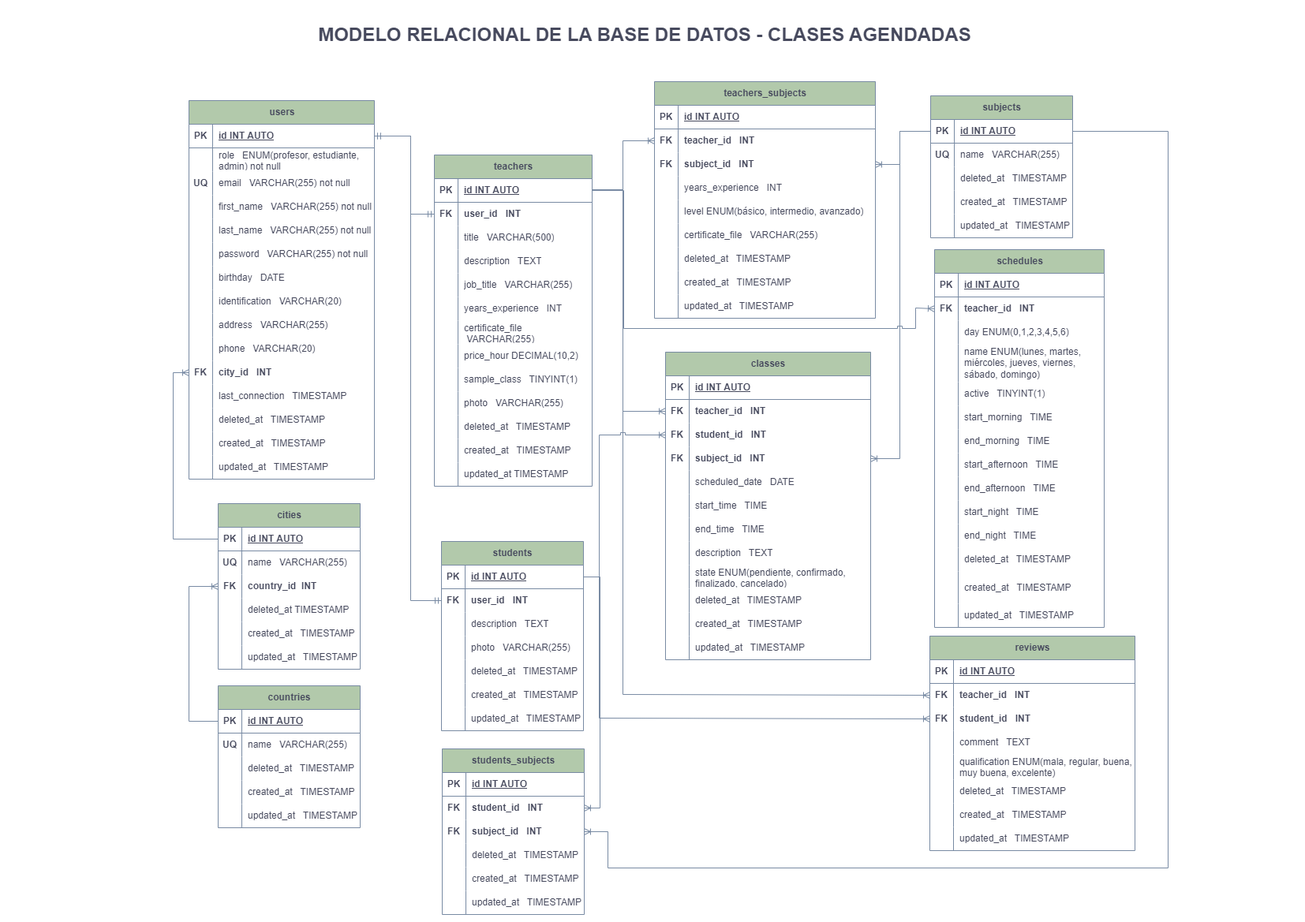
The draw.io diagram database/Clases_ModeloE_R.png in No-Country/c11-08-m-php-angular, before a commit. Source tidied: cells renumbered, new cells last; positions are measured from the earlier drawing's top-left corner, leaving out a move shared by most shapes.
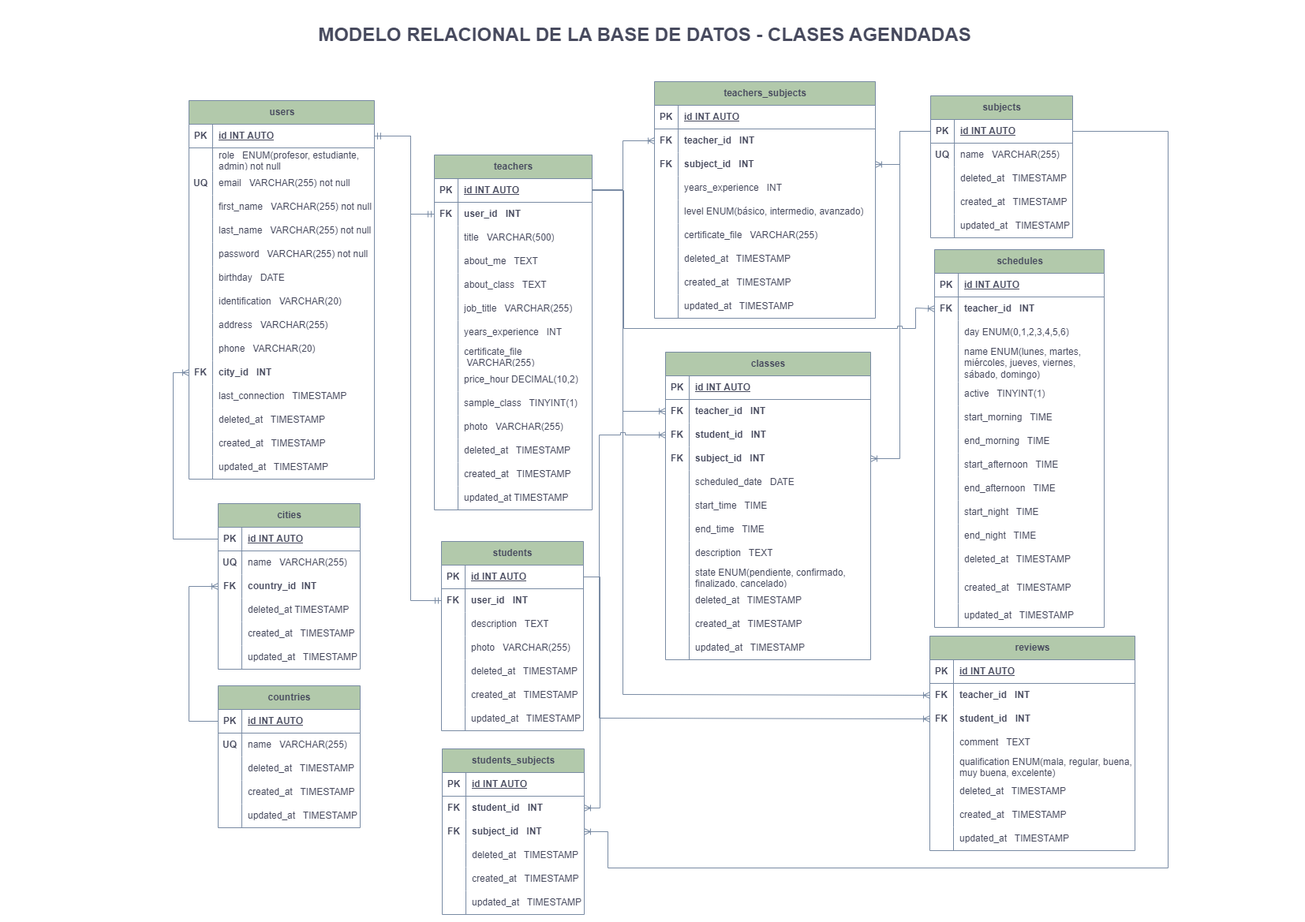
The same file after the commit.

Change to the diagram source:
```diff
@@ -141,7 +141,7 @@
       <mxGeometry x="30" width="205" height="30" as="geometry" />
     </mxCell>
     <mxCell id="48" value="teachers" style="shape=table;startSize=30;rowLines=0;fontStyle=1;align=center;html=1;rounded=0;labelBackgroundColor=none;fillColor=#B2C9AB;strokeColor=#788AA3;fontColor=#46495D;" parent="1" vertex="1">
-      <mxGeometry x="331" y="167" width="200" height="420" as="geometry" />
+      <mxGeometry x="331" y="167" width="200" height="450" as="geometry" />
     </mxCell>
     <mxCell id="49" style="shape=tableRow;horizontal=0;startSize=0;swimlaneHead=0;swimlaneBody=0;fillColor=none;points=[[0,0.5],[1,0.5]];portConstraint=eastwest;top=0;left=0;right=0;bottom=1;rounded=0;labelBackgroundColor=none;strokeColor=#788AA3;fontColor=#46495D;" parent="48" vertex="1">
       <mxGeometry y="30" width="200" height="30" as="geometry" />
@@ -176,11 +176,20 @@
     <mxCell id="59" style="shape=partialRectangle;fillColor=none;top=0;left=0;bottom=0;right=0;overflow=hidden;whiteSpace=wrap;html=1;rounded=0;labelBackgroundColor=none;strokeColor=#788AA3;fontColor=#46495D;" parent="58" vertex="1">
       <mxGeometry width="30" height="30" as="geometry" />
     </mxCell>
-    <mxCell id="60" value="description&amp;nbsp; &amp;nbsp;TEXT" style="shape=partialRectangle;fillColor=none;top=0;left=0;bottom=0;right=0;align=left;spacingLeft=6;overflow=hidden;whiteSpace=wrap;html=1;rounded=0;labelBackgroundColor=none;strokeColor=#788AA3;fontColor=#46495D;" parent="58" vertex="1">
+    <mxCell id="60" value="about_me&amp;nbsp; &amp;nbsp;TEXT" style="shape=partialRectangle;fillColor=none;top=0;left=0;bottom=0;right=0;align=left;spacingLeft=6;overflow=hidden;whiteSpace=wrap;html=1;rounded=0;labelBackgroundColor=none;strokeColor=#788AA3;fontColor=#46495D;" parent="58" vertex="1">
       <mxGeometry x="30" width="170" height="30" as="geometry" />
     </mxCell>
+    <mxCell id="328" style="shape=tableRow;horizontal=0;startSize=0;swimlaneHead=0;swimlaneBody=0;fillColor=none;top=0;left=0;right=0;bottom=0;rounded=0;labelBackgroundColor=none;strokeColor=#788AA3;fontColor=#46495D;" parent="48" vertex="1">
+      <mxGeometry y="150" width="200" height="30" as="geometry" />
+    </mxCell>
+    <mxCell id="329" style="shape=partialRectangle;fillColor=none;top=0;left=0;bottom=0;right=0;overflow=hidden;whiteSpace=wrap;html=1;rounded=0;labelBackgroundColor=none;strokeColor=#788AA3;fontColor=#46495D;" parent="328" vertex="1">
+      <mxGeometry width="30" height="30" as="geometry" />
+    </mxCell>
+    <mxCell id="330" value="about_class&amp;nbsp; &amp;nbsp;TEXT" style="shape=partialRectangle;fillColor=none;top=0;left=0;bottom=0;right=0;align=left;spacingLeft=6;overflow=hidden;whiteSpace=wrap;html=1;rounded=0;labelBackgroundColor=none;strokeColor=#788AA3;fontColor=#46495D;" parent="328" vertex="1">
+      <mxGeometry x="30" width="170" height="30" as="geometry" />
+    </mxCell>
     <mxCell id="61" style="shape=tableRow;horizontal=0;startSize=0;swimlaneHead=0;swimlaneBody=0;fillColor=none;top=0;left=0;right=0;bottom=0;rounded=0;labelBackgroundColor=none;strokeColor=#788AA3;fontColor=#46495D;" parent="48" vertex="1">
-      <mxGeometry y="150" width="200" height="30" as="geometry" />
+      <mxGeometry y="180" width="200" height="30" as="geometry" />
     </mxCell>
     <mxCell id="62" style="shape=partialRectangle;fillColor=none;top=0;left=0;bottom=0;right=0;overflow=hidden;whiteSpace=wrap;html=1;rounded=0;labelBackgroundColor=none;strokeColor=#788AA3;fontColor=#46495D;" parent="61" vertex="1">
       <mxGeometry width="30" height="30" as="geometry" />
@@ -189,7 +198,7 @@
       <mxGeometry x="30" width="170" height="30" as="geometry" />
     </mxCell>
     <mxCell id="64" style="shape=tableRow;horizontal=0;startSize=0;swimlaneHead=0;swimlaneBody=0;fillColor=none;top=0;left=0;right=0;bottom=0;rounded=0;labelBackgroundColor=none;strokeColor=#788AA3;fontColor=#46495D;" parent="48" vertex="1">
-      <mxGeometry y="180" width="200" height="30" as="geometry" />
+      <mxGeometry y="210" width="200" height="30" as="geometry" />
     </mxCell>
     <mxCell id="65" style="shape=partialRectangle;fillColor=none;top=0;left=0;bottom=0;right=0;overflow=hidden;whiteSpace=wrap;html=1;rounded=0;labelBackgroundColor=none;strokeColor=#788AA3;fontColor=#46495D;" parent="64" vertex="1">
       <mxGeometry width="30" height="30" as="geometry" />
@@ -198,7 +207,7 @@
       <mxGeometry x="30" width="170" height="30" as="geometry" />
     </mxCell>
     <mxCell id="67" style="shape=tableRow;horizontal=0;startSize=0;swimlaneHead=0;swimlaneBody=0;fillColor=none;top=0;left=0;right=0;bottom=0;rounded=0;labelBackgroundColor=none;strokeColor=#788AA3;fontColor=#46495D;" parent="48" vertex="1">
-      <mxGeometry y="210" width="200" height="30" as="geometry" />
+      <mxGeometry y="240" width="200" height="30" as="geometry" />
     </mxCell>
     <mxCell id="68" style="shape=partialRectangle;fillColor=none;top=0;left=0;bottom=0;right=0;overflow=hidden;whiteSpace=wrap;html=1;rounded=0;labelBackgroundColor=none;strokeColor=#788AA3;fontColor=#46495D;" parent="67" vertex="1">
       <mxGeometry width="30" height="30" as="geometry" />
@@ -207,7 +216,7 @@
       <mxGeometry x="30" width="170" height="30" as="geometry" />
     </mxCell>
     <mxCell id="70" style="shape=tableRow;horizontal=0;startSize=0;swimlaneHead=0;swimlaneBody=0;fillColor=none;top=0;left=0;right=0;bottom=0;rounded=0;labelBackgroundColor=none;strokeColor=#788AA3;fontColor=#46495D;" parent="48" vertex="1">
-      <mxGeometry y="240" width="200" height="30" as="geometry" />
+      <mxGeometry y="270" width="200" height="30" as="geometry" />
     </mxCell>
     <mxCell id="71" style="shape=partialRectangle;fillColor=none;top=0;left=0;bottom=0;right=0;overflow=hidden;whiteSpace=wrap;html=1;rounded=0;labelBackgroundColor=none;strokeColor=#788AA3;fontColor=#46495D;" parent="70" vertex="1">
       <mxGeometry width="30" height="30" as="geometry" />
@@ -216,7 +225,7 @@
       <mxGeometry x="30" width="170" height="30" as="geometry" />
     </mxCell>
     <mxCell id="73" style="shape=tableRow;horizontal=0;startSize=0;swimlaneHead=0;swimlaneBody=0;fillColor=none;top=0;left=0;right=0;bottom=0;rounded=0;labelBackgroundColor=none;strokeColor=#788AA3;fontColor=#46495D;" parent="48" vertex="1">
-      <mxGeometry y="270" width="200" height="30" as="geometry" />
+      <mxGeometry y="300" width="200" height="30" as="geometry" />
     </mxCell>
     <mxCell id="74" style="shape=partialRectangle;fillColor=none;top=0;left=0;bottom=0;right=0;overflow=hidden;whiteSpace=wrap;html=1;rounded=0;labelBackgroundColor=none;strokeColor=#788AA3;fontColor=#46495D;" parent="73" vertex="1">
       <mxGeometry width="30" height="30" as="geometry" />
@@ -225,7 +234,7 @@
       <mxGeometry x="30" width="170" height="30" as="geometry" />
     </mxCell>
     <mxCell id="76" style="shape=tableRow;horizontal=0;startSize=0;swimlaneHead=0;swimlaneBody=0;fillColor=none;top=0;left=0;right=0;bottom=0;rounded=0;labelBackgroundColor=none;strokeColor=#788AA3;fontColor=#46495D;" parent="48" vertex="1">
-      <mxGeometry y="300" width="200" height="30" as="geometry" />
+      <mxGeometry y="330" width="200" height="30" as="geometry" />
     </mxCell>
     <mxCell id="77" style="shape=partialRectangle;fillColor=none;top=0;left=0;bottom=0;right=0;overflow=hidden;whiteSpace=wrap;html=1;rounded=0;labelBackgroundColor=none;strokeColor=#788AA3;fontColor=#46495D;" parent="76" vertex="1">
       <mxGeometry width="30" height="30" as="geometry" />
@@ -234,7 +243,7 @@
       <mxGeometry x="30" width="170" height="30" as="geometry" />
     </mxCell>
     <mxCell id="79" style="shape=tableRow;horizontal=0;startSize=0;swimlaneHead=0;swimlaneBody=0;fillColor=none;top=0;left=0;right=0;bottom=0;rounded=0;labelBackgroundColor=none;strokeColor=#788AA3;fontColor=#46495D;" parent="48" vertex="1">
-      <mxGeometry y="330" width="200" height="30" as="geometry" />
+      <mxGeometry y="360" width="200" height="30" as="geometry" />
     </mxCell>
     <mxCell id="80" style="shape=partialRectangle;fillColor=none;top=0;left=0;bottom=0;right=0;overflow=hidden;whiteSpace=wrap;html=1;rounded=0;labelBackgroundColor=none;strokeColor=#788AA3;fontColor=#46495D;" parent="79" vertex="1">
       <mxGeometry width="30" height="30" as="geometry" />
@@ -243,7 +252,7 @@
       <mxGeometry x="30" width="170" height="30" as="geometry" />
     </mxCell>
     <mxCell id="82" style="shape=tableRow;horizontal=0;startSize=0;swimlaneHead=0;swimlaneBody=0;fillColor=none;top=0;left=0;right=0;bottom=0;rounded=0;labelBackgroundColor=none;strokeColor=#788AA3;fontColor=#46495D;" parent="48" vertex="1">
-      <mxGeometry y="360" width="200" height="30" as="geometry" />
+      <mxGeometry y="390" width="200" height="30" as="geometry" />
     </mxCell>
     <mxCell id="83" style="shape=partialRectangle;fillColor=none;top=0;left=0;bottom=0;right=0;overflow=hidden;whiteSpace=wrap;html=1;rounded=0;labelBackgroundColor=none;strokeColor=#788AA3;fontColor=#46495D;" parent="82" vertex="1">
       <mxGeometry width="30" height="30" as="geometry" />
@@ -252,7 +261,7 @@
       <mxGeometry x="30" width="170" height="30" as="geometry" />
     </mxCell>
     <mxCell id="85" style="shape=tableRow;horizontal=0;startSize=0;swimlaneHead=0;swimlaneBody=0;fillColor=none;top=0;left=0;right=0;bottom=0;rounded=0;labelBackgroundColor=none;strokeColor=#788AA3;fontColor=#46495D;" parent="48" vertex="1">
-      <mxGeometry y="390" width="200" height="30" as="geometry" />
+      <mxGeometry y="420" width="200" height="30" as="geometry" />
     </mxCell>
     <mxCell id="86" style="shape=partialRectangle;fillColor=none;top=0;left=0;bottom=0;right=0;overflow=hidden;whiteSpace=wrap;html=1;rounded=0;labelBackgroundColor=none;strokeColor=#788AA3;fontColor=#46495D;" parent="85" vertex="1">
       <mxGeometry width="30" height="30" as="geometry" />
```
